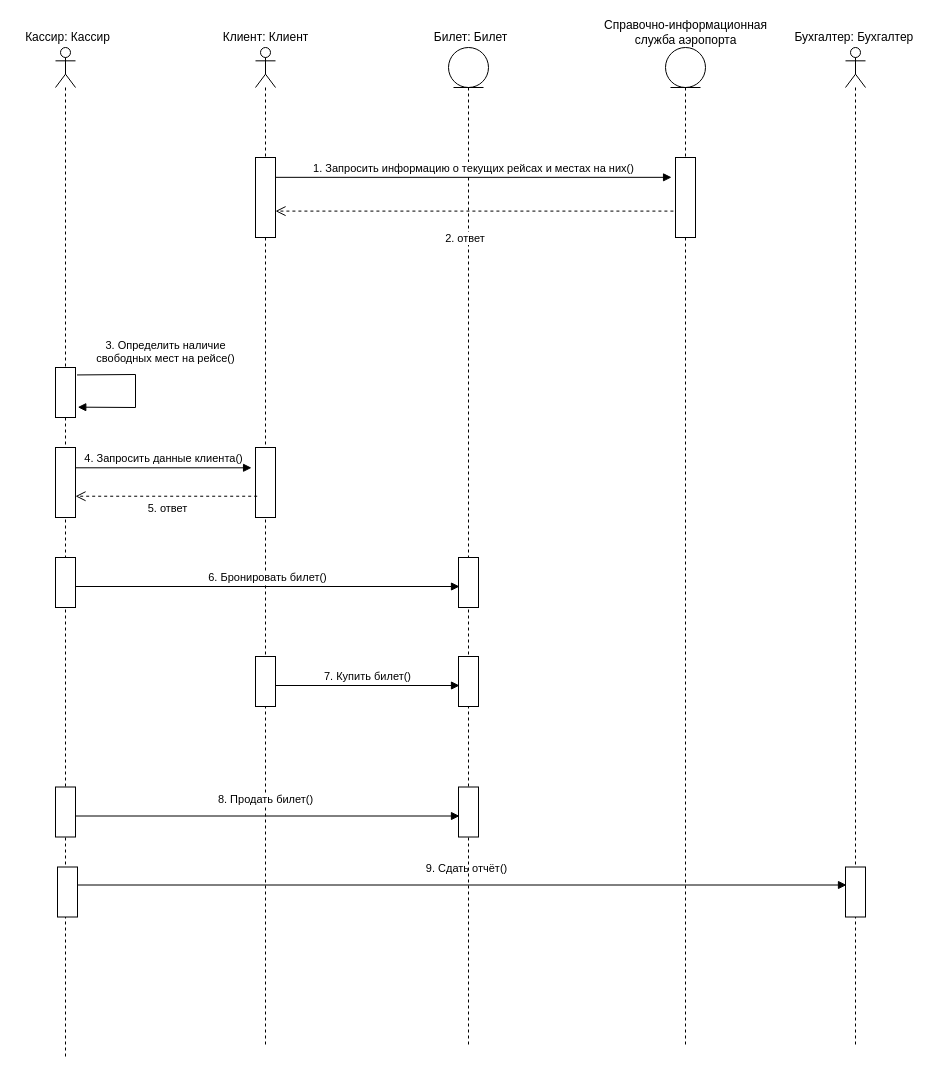
The draw.io diagram page "Бд 2" (13 of 18) of IKBO-11-20_Kuzin.drawio in Rattokun/ModelRep, before the edit. Source tidied: cells renumbered, new cells numbered last; positions are measured from the earlier drawing's top-left corner, leaving out a move shared by most shapes. Both pictures are drawn from the tidied source at 100%, with x=0, y=0 at pixel (17, 17).
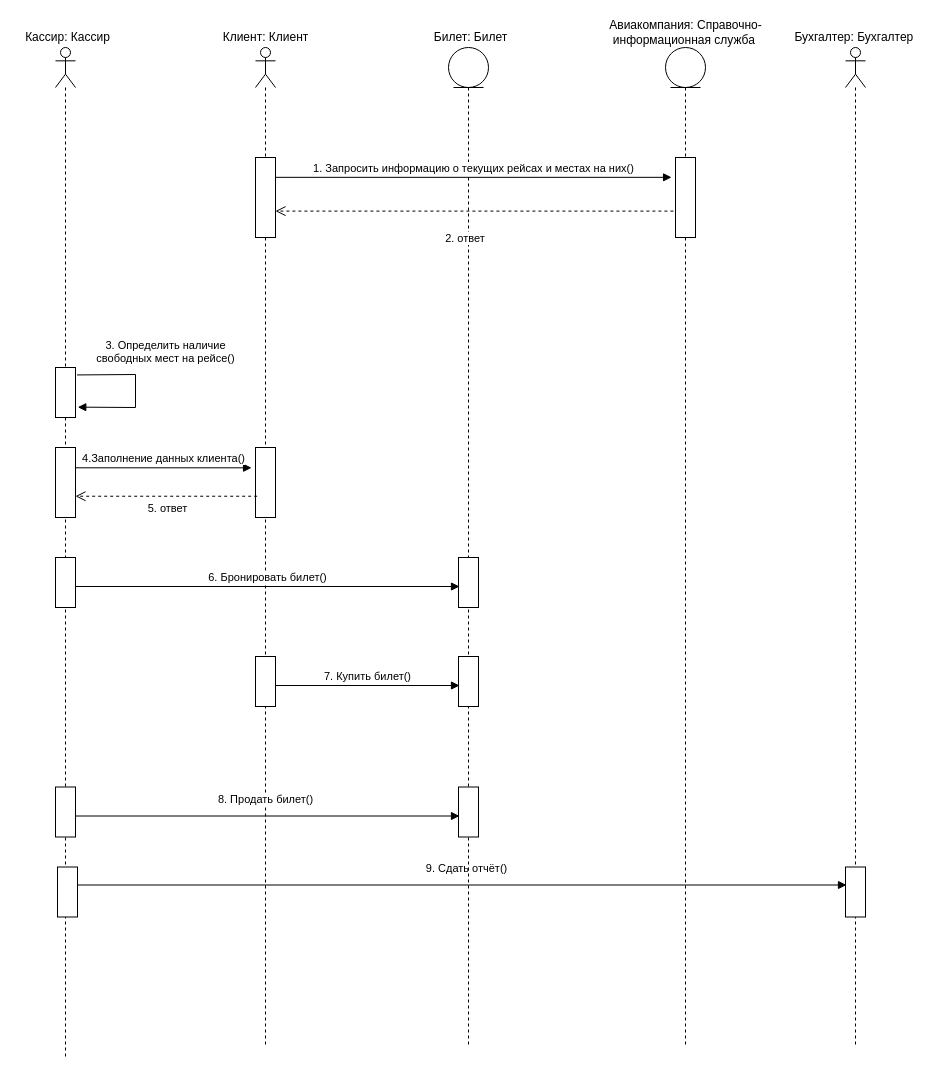
After the change.

The change refers to these unchanged cells:
```xml
<mxCell id="5" style="html=1;points=[];perimeter=orthogonalPerimeter;" parent="2" vertex="1">
  <mxGeometry y="400" width="20" height="70" as="geometry" />
</mxCell>
<mxCell id="16" style="html=1;points=[];perimeter=orthogonalPerimeter;" parent="14" vertex="1">
  <mxGeometry y="400" width="20" height="70" as="geometry" />
</mxCell>
```

What changed in the source:
```diff
@@
-    <mxCell id="27" value="4. Запросить данные клиента()" style="html=1;verticalAlign=bottom;endArrow=block;rounded=0;entryX=-0.197;entryY=0.29;entryDx=0;entryDy=0;entryPerimeter=0;" parent="1" edge="1" source="5" target="16">
+    <mxCell id="27" value="4.Заполнение данных клиента()" style="html=1;verticalAlign=bottom;endArrow=block;rounded=0;entryX=-0.197;entryY=0.29;entryDx=0;entryDy=0;entryPerimeter=0;" parent="1" edge="1" source="5" target="16">
       <mxGeometry relative="1" as="geometry" />
     </mxCell>
@@
-    <mxCell id="30" value="Справочно-информационная &lt;br&gt;служба аэропорта" style="text;html=1;align=center;verticalAlign=middle;strokeColor=none;fillColor=none;" parent="1" vertex="1">
-      <mxGeometry x="578" width="180" height="30" as="geometry" />
+    <mxCell id="30" value="Авиакомпания: Справочно-&lt;br&gt;информационная&amp;nbsp;служба&amp;nbsp;" style="text;html=1;align=center;verticalAlign=middle;strokeColor=none;fillColor=none;" parent="1" vertex="1">
+      <mxGeometry x="583" width="170" height="30" as="geometry" />
     </mxCell>
```
